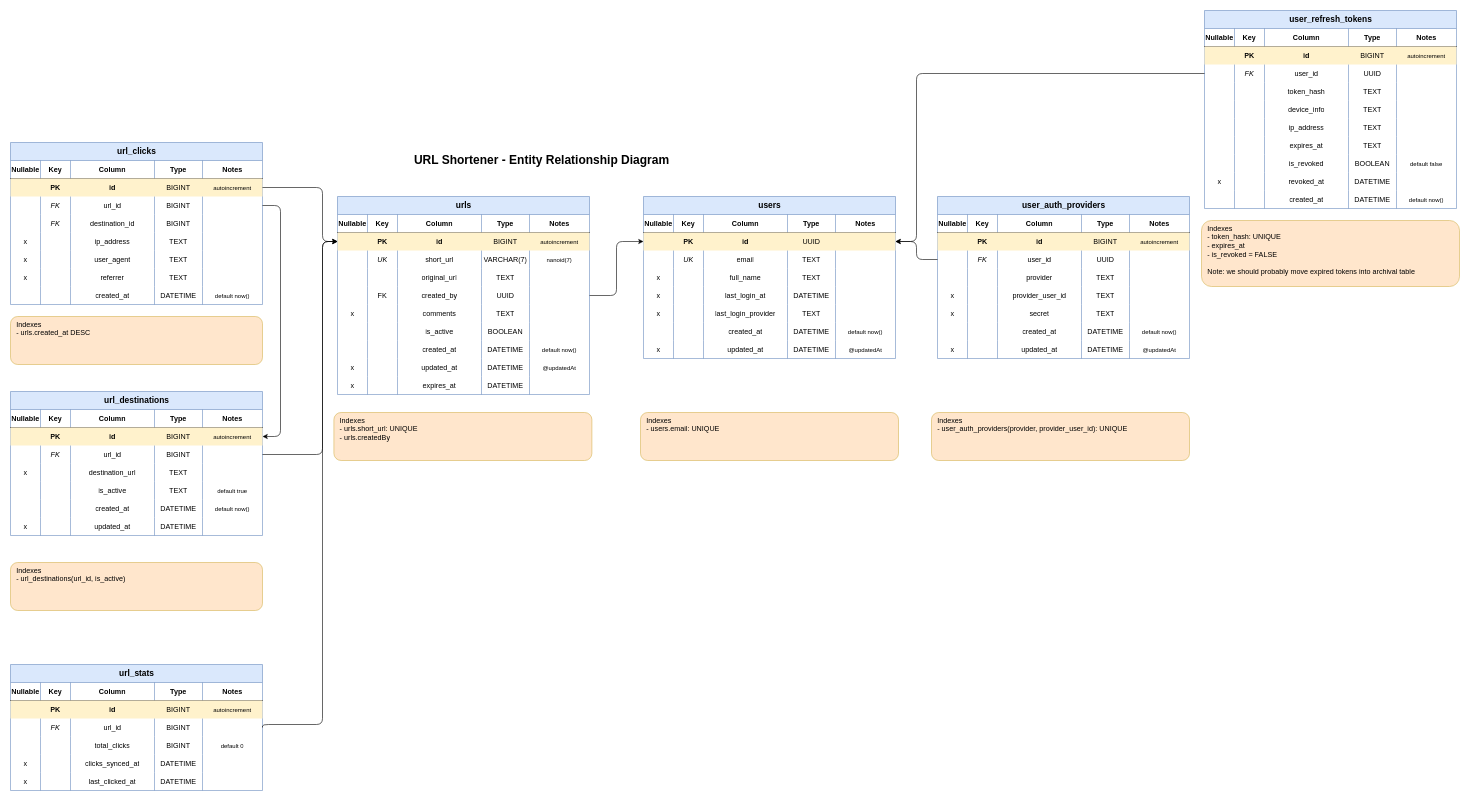
ImWaynnee/url-shortener keeps this draw.io diagram as docs/diagrams/erd.drawio. Above is the earlier version. Source tidied: cells renumbered, new cells numbered last; positions are measured from the earlier drawing's top-left corner, leaving out a move shared by most shapes. Both pictures are drawn from the tidied source at 60%, with x=0, y=0 at pixel (10, 10).
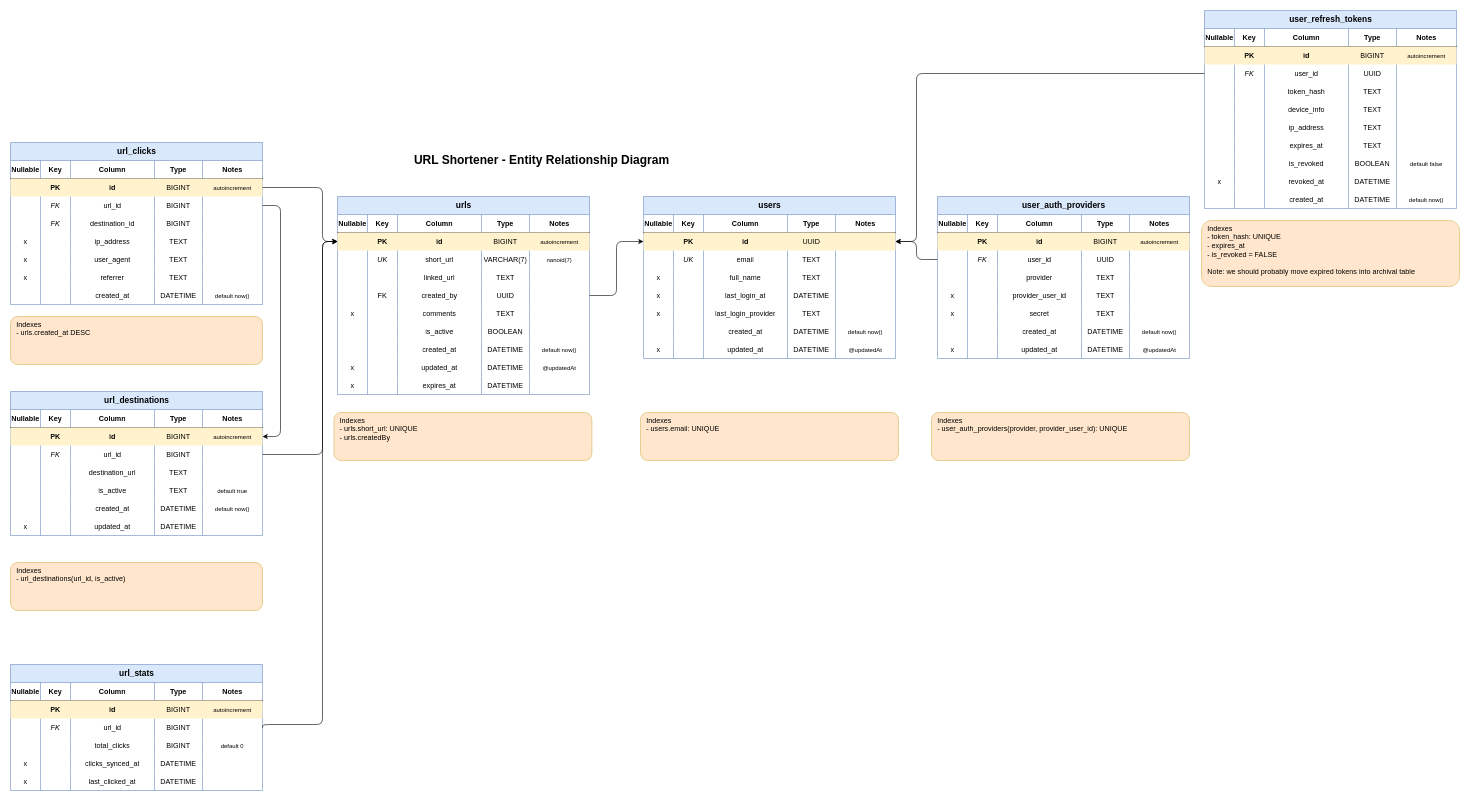
The same page after the edit.

The change refers to these unchanged cells:
```xml
<mxCell id="22" style="shape=tableRow;horizontal=0;startSize=0;swimlaneHead=0;swimlaneBody=0;fillColor=none;fontSize=12;top=0;left=0;right=0;bottom=0;html=1;" parent="3" vertex="1">
  <mxGeometry y="120" width="420" height="30" as="geometry" />
</mxCell>
<mxCell id="236" style="shape=tableRow;horizontal=0;startSize=0;swimlaneHead=0;swimlaneBody=0;fillColor=none;fontSize=12;top=0;left=0;right=0;bottom=0;html=1;" parent="217" vertex="1">
  <mxGeometry y="120" width="420" height="30" as="geometry" />
</mxCell>
```

Diff of the diagram source:
```diff
@@
-    <mxCell id="25" value="original_url" style="shape=partialRectangle;fillColor=none;top=0;left=0;bottom=0;right=0;overflow=hidden;html=1;" parent="22" vertex="1">
+    <mxCell id="25" value="linked_url" style="shape=partialRectangle;fillColor=none;top=0;left=0;bottom=0;right=0;overflow=hidden;html=1;" parent="22" vertex="1">
       <mxGeometry x="100" width="140" height="30" as="geometry" />
     </mxCell>
@@
-    <mxCell id="237" value="x" style="shape=partialRectangle;fillColor=none;top=0;left=0;bottom=0;right=0;overflow=hidden;html=1;" parent="236" vertex="1">
+    <mxCell id="237" style="shape=partialRectangle;fillColor=none;top=0;left=0;bottom=0;right=0;overflow=hidden;html=1;" parent="236" vertex="1">
       <mxGeometry width="50" height="30" as="geometry" />
     </mxCell>
```
